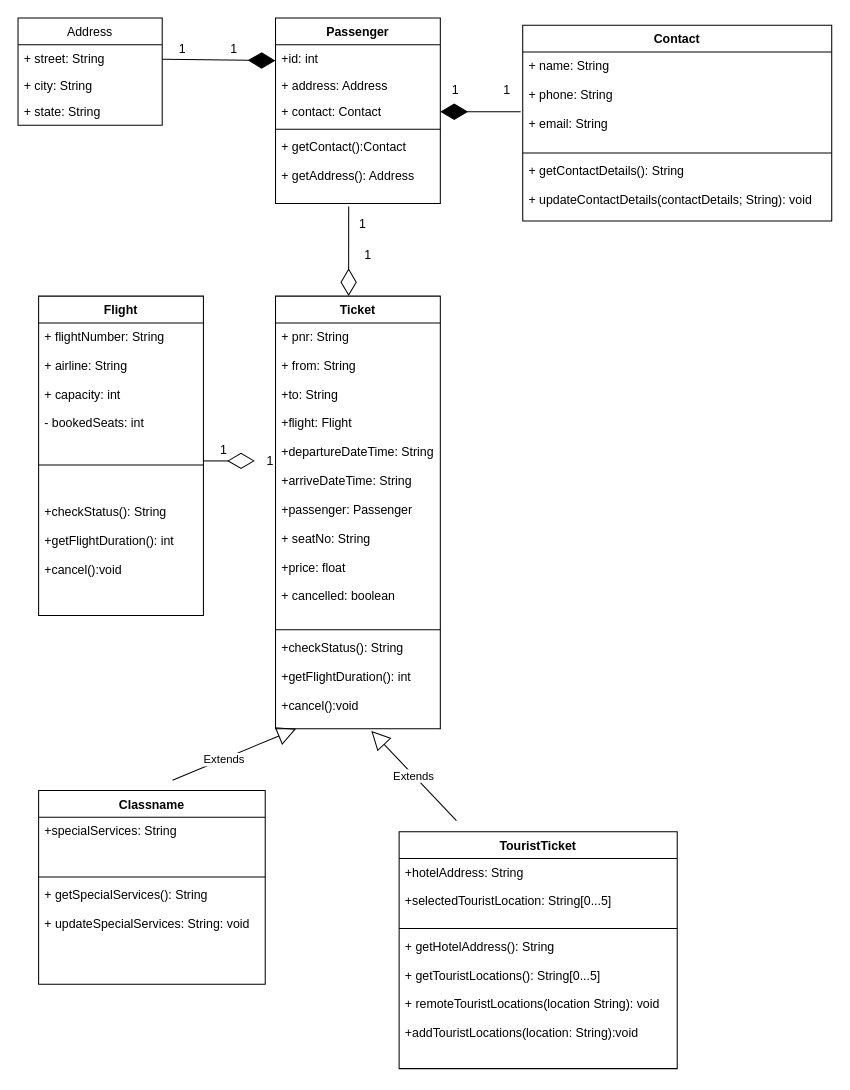
rprasla/frs keeps this draw.io diagram as FRS1.drawio. Above is the earlier version. Source tidied: cells renumbered, new cells numbered last; positions are measured from the earlier drawing's top-left corner, leaving out a move shared by most shapes. Both pictures are drawn from the tidied source at 103%, with x=0, y=0 at pixel (18, 18).
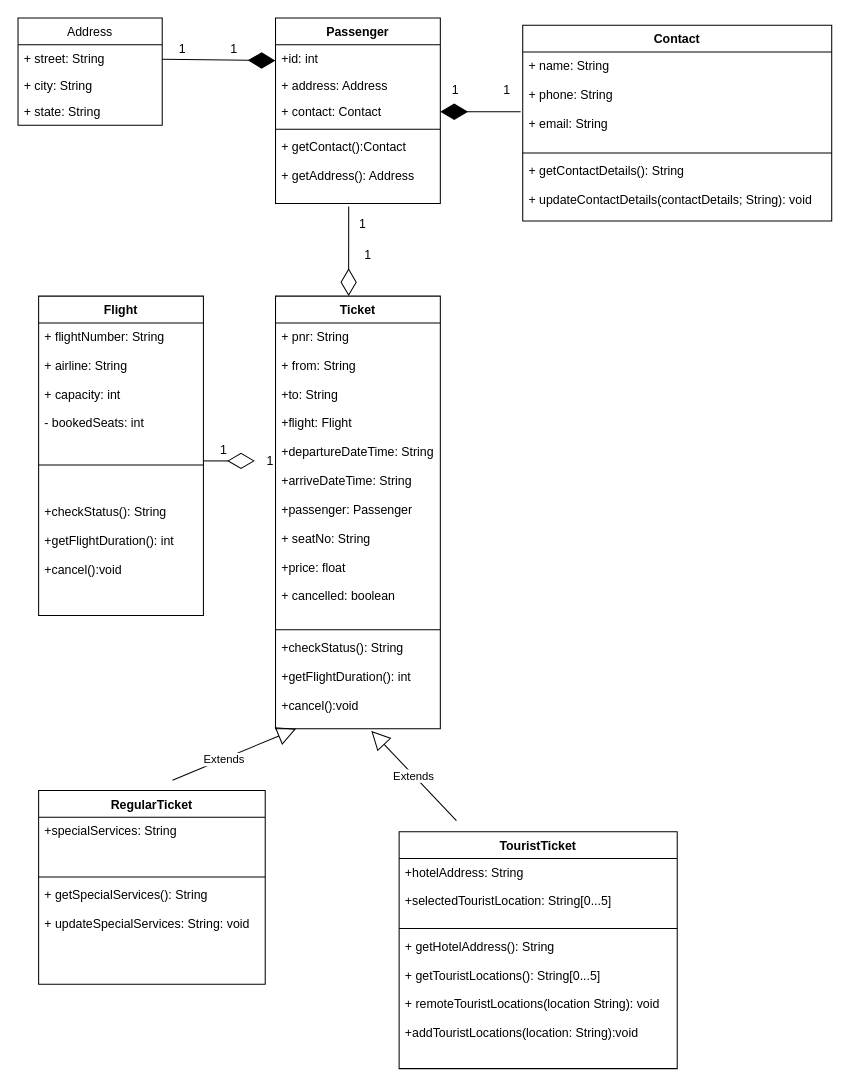
The same diagram, later.

Diff of the diagram source:
```diff
@@
-    <mxCell id="37" value="Classname" style="swimlane;fontStyle=1;align=center;verticalAlign=top;horizontal=1;startSize=26;" parent="1" vertex="1">
+    <mxCell id="37" value="RegularTicket" style="swimlane;fontStyle=1;align=center;verticalAlign=top;horizontal=1;startSize=26;" parent="1" vertex="1">
       <mxGeometry x="20" y="750" width="220" height="188" as="geometry" />
     </mxCell>
```
